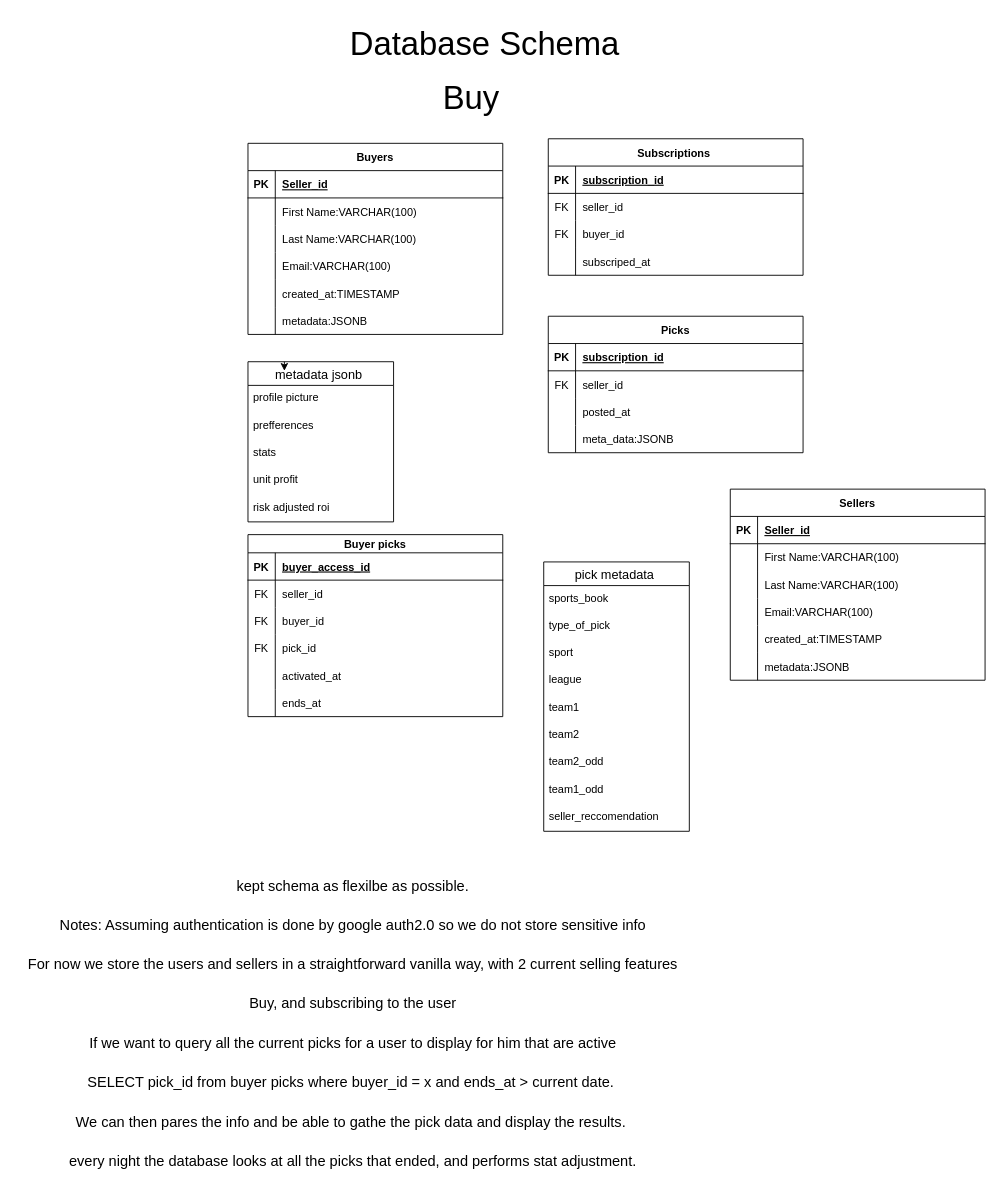
Before: docs/data_base_schema.drawio in PixRUs/WebApp, a draw.io diagram. Source tidied: cells renumbered, new cells numbered last; positions are measured from the earlier drawing's top-left corner, leaving out a move shared by most shapes. Both pictures are drawn from the tidied source at 91%, with x=0, y=0 at pixel (15, 15).
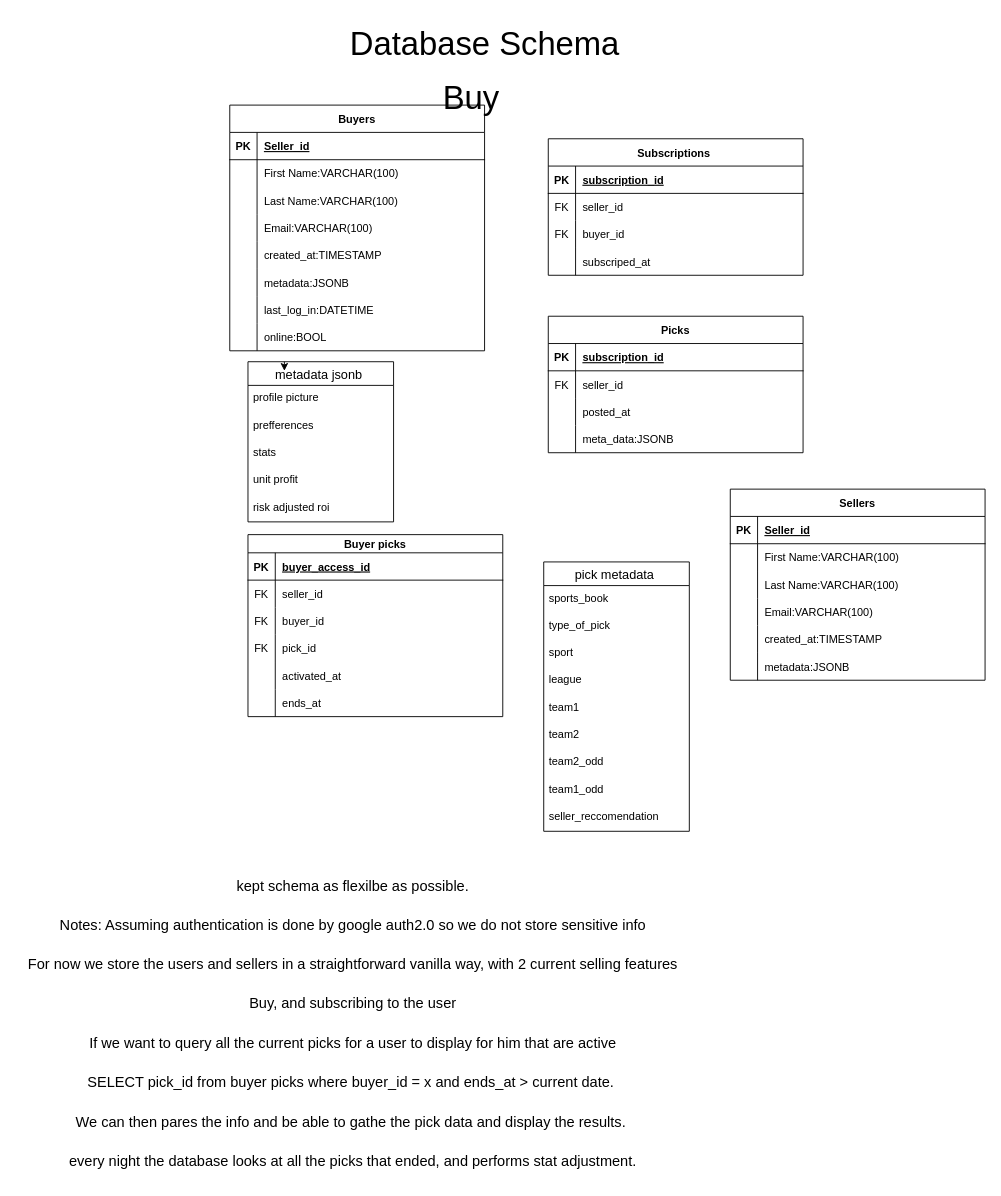
After the change.

Change to the diagram source:
```diff
@@
     <mxCell id="3" value="Buyers" style="shape=table;startSize=30;childLayout=tableLayout;rowLines=0;fontStyle=1;align=center;" parent="1" vertex="1">
-      <mxGeometry x="255" y="140" width="280" height="210" as="geometry" />
+      <mxGeometry x="235" y="98" width="280" height="270" as="geometry" />
     </mxCell>
@@
+    <mxCell id="105" style="shape=tableRow;horizontal=0;startSize=0;swimlaneHead=0;swimlaneBody=0;fillColor=none;top=0;left=0;right=0;bottom=0;" parent="3" vertex="1">
+      <mxGeometry y="180" width="280" height="30" as="geometry" />
+    </mxCell>
+    <mxCell id="106" style="shape=partialRectangle;fillColor=none;top=0;left=0;bottom=0;right=0;overflow=hidden;" parent="105" vertex="1">
+      <mxGeometry width="30" height="30" as="geometry" />
+    </mxCell>
+    <mxCell id="107" value="metadata:JSONB" style="shape=partialRectangle;fillColor=none;top=0;left=0;bottom=0;right=0;align=left;spacingLeft=6;overflow=hidden;" parent="105" vertex="1">
+      <mxGeometry x="30" width="250" height="30" as="geometry" />
+    </mxCell>
+    <mxCell id="108" style="shape=tableRow;horizontal=0;startSize=0;swimlaneHead=0;swimlaneBody=0;fillColor=none;top=0;left=0;right=0;bottom=0;" parent="3" vertex="1">
+      <mxGeometry y="210" width="280" height="30" as="geometry" />
+    </mxCell>
+    <mxCell id="109" style="shape=partialRectangle;fillColor=none;top=0;left=0;bottom=0;right=0;overflow=hidden;" parent="108" vertex="1">
+      <mxGeometry width="30" height="30" as="geometry" />
+    </mxCell>
+    <mxCell id="110" value="last_log_in:DATETIME" style="shape=partialRectangle;fillColor=none;top=0;left=0;bottom=0;right=0;align=left;spacingLeft=6;overflow=hidden;" parent="108" vertex="1">
+      <mxGeometry x="30" width="250" height="30" as="geometry" />
+    </mxCell>
     <mxCell id="19" style="shape=tableRow;horizontal=0;startSize=0;swimlaneHead=0;swimlaneBody=0;fillColor=none;top=0;left=0;right=0;bottom=0;" parent="3" vertex="1">
-      <mxGeometry y="180" width="280" height="30" as="geometry" />
+      <mxGeometry y="240" width="280" height="30" as="geometry" />
     </mxCell>
@@
-    <mxCell id="21" value="metadata:JSONB" style="shape=partialRectangle;fillColor=none;top=0;left=0;bottom=0;right=0;align=left;spacingLeft=6;overflow=hidden;" parent="19" vertex="1">
+    <mxCell id="21" value="online:BOOL " style="shape=partialRectangle;fillColor=none;top=0;left=0;bottom=0;right=0;align=left;spacingLeft=6;overflow=hidden;" parent="19" vertex="1">
       <mxGeometry x="30" width="250" height="30" as="geometry" />
     </mxCell>
```
